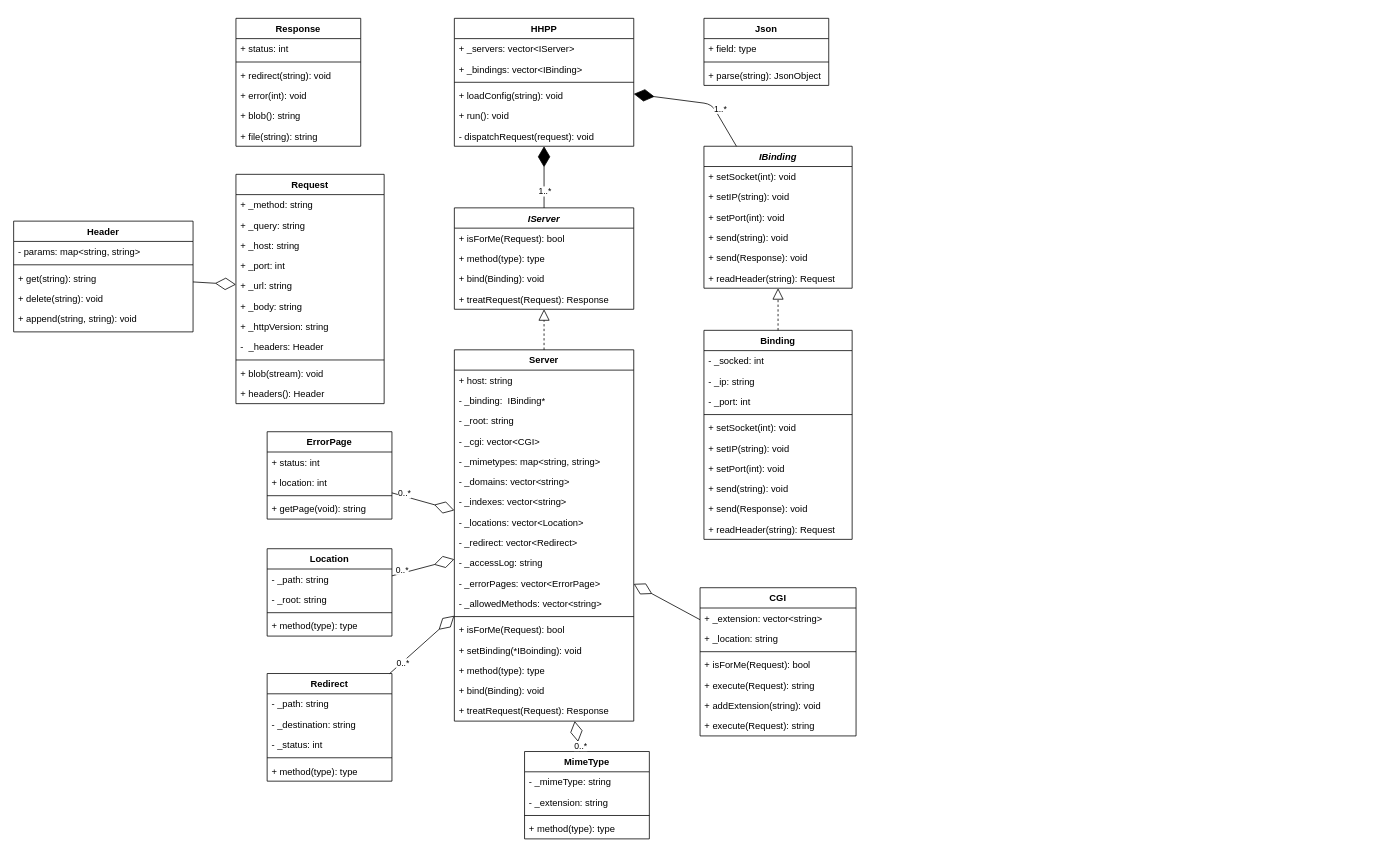
This is doc/architecture.drawio from danielthalmann/42hhpp, a draw.io file, before an edit. Source tidied: cells renumbered, new cells numbered last; positions are measured from the earlier drawing's top-left corner, leaving out a move shared by most shapes. Both pictures are drawn from the tidied source at 78%, with x=0, y=0 at pixel (13, 18).
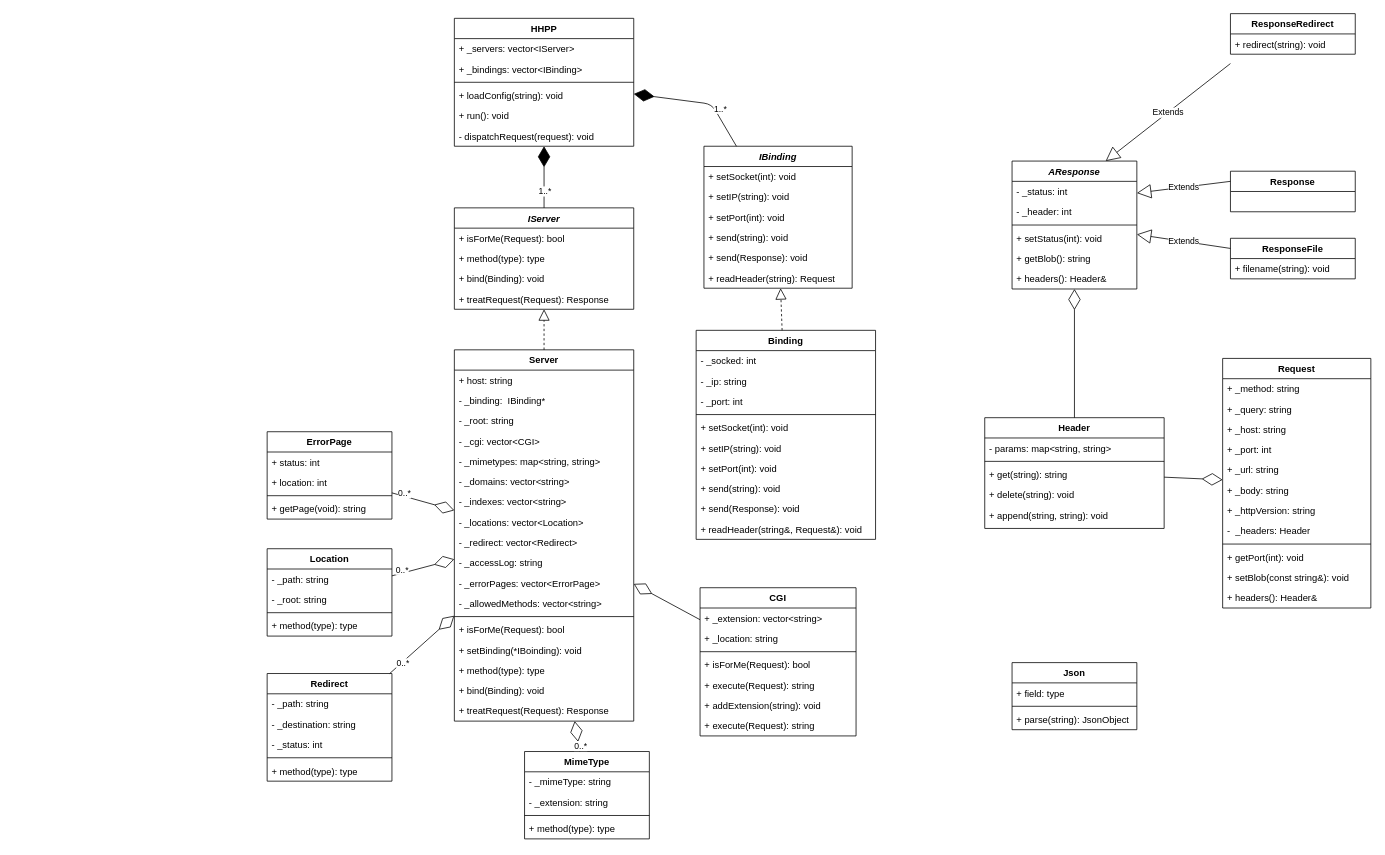
The same page after the edit.

Commit message:
update schema for response

The edit, as a diff of the source:
```diff
@@
     <mxCell id="2" value="Json" style="swimlane;fontStyle=1;align=center;verticalAlign=top;horizontal=1;startSize=26;" parent="1" vertex="1">
-      <mxGeometry x="885" width="160" height="86" as="geometry" />
+      <mxGeometry x="1280" y="826" width="160" height="86" as="geometry" />
     </mxCell>
@@
     <mxCell id="6" value="Request" style="swimlane;fontStyle=1;align=center;verticalAlign=top;horizontal=1;startSize=26;" parent="1" vertex="1">
-      <mxGeometry x="285" y="200" width="190" height="294" as="geometry" />
+      <mxGeometry x="1550" y="436" width="190" height="320" as="geometry" />
     </mxCell>
@@
+    <mxCell id="121" value="+ getPort(int): void" style="text;strokeColor=none;fillColor=none;align=left;verticalAlign=top;spacingLeft=4;spacingRight=4;overflow=hidden;" parent="6" vertex="1">
+      <mxGeometry y="242" width="190" height="26" as="geometry" />
+    </mxCell>
-    <mxCell id="16" value="+ blob(stream): void" style="text;strokeColor=none;fillColor=none;align=left;verticalAlign=top;spacingLeft=4;spacingRight=4;overflow=hidden;" parent="6" vertex="1">
-      <mxGeometry y="242" width="190" height="26" as="geometry" />
+    <mxCell id="16" value="+ setBlob(const string&amp;): void" style="text;strokeColor=none;fillColor=none;align=left;verticalAlign=top;spacingLeft=4;spacingRight=4;overflow=hidden;" parent="6" vertex="1">
+      <mxGeometry y="268" width="190" height="26" as="geometry" />
     </mxCell>
-    <mxCell id="17" value="+ headers(): Header" style="text;strokeColor=none;fillColor=none;align=left;verticalAlign=top;spacingLeft=4;spacingRight=4;overflow=hidden;" parent="6" vertex="1">
-      <mxGeometry y="268" width="190" height="26" as="geometry" />
+    <mxCell id="17" value="+ headers(): Header&amp;" style="text;strokeColor=none;fillColor=none;align=left;verticalAlign=top;spacingLeft=4;spacingRight=4;overflow=hidden;" parent="6" vertex="1">
+      <mxGeometry y="294" width="190" height="26" as="geometry" />
     </mxCell>
     <mxCell id="18" value="Header" style="swimlane;fontStyle=1;align=center;verticalAlign=top;horizontal=1;startSize=26;" parent="1" vertex="1">
-      <mxGeometry y="260" width="230" height="142" as="geometry" />
+      <mxGeometry x="1245" y="512" width="230" height="142" as="geometry" />
     </mxCell>
@@
-    <mxCell id="24" value="Response" style="swimlane;fontStyle=1;align=center;verticalAlign=top;horizontal=1;startSize=26;" parent="1" vertex="1">
-      <mxGeometry x="285" width="160" height="164" as="geometry" />
+    <mxCell id="24" value="AResponse" style="swimlane;fontStyle=3;align=center;verticalAlign=top;horizontal=1;startSize=26;" parent="1" vertex="1">
+      <mxGeometry x="1280" y="183" width="160" height="164" as="geometry" />
     </mxCell>
-    <mxCell id="25" value="+ status: int" style="text;strokeColor=none;fillColor=none;align=left;verticalAlign=top;spacingLeft=4;spacingRight=4;overflow=hidden;" parent="24" vertex="1">
+    <mxCell id="25" value="- _status: int" style="text;strokeColor=none;fillColor=none;align=left;verticalAlign=top;spacingLeft=4;spacingRight=4;overflow=hidden;" parent="24" vertex="1">
       <mxGeometry y="26" width="160" height="26" as="geometry" />
     </mxCell>
+    <mxCell id="122" value="- _header: int" style="text;strokeColor=none;fillColor=none;align=left;verticalAlign=top;spacingLeft=4;spacingRight=4;overflow=hidden;" parent="24" vertex="1">
+      <mxGeometry y="52" width="160" height="26" as="geometry" />
+    </mxCell>
     <mxCell id="26" style="line;strokeWidth=1;fillColor=none;align=left;verticalAlign=middle;spacingTop=-1;spacingLeft=3;spacingRight=3;labelPosition=right;" parent="24" vertex="1">
-      <mxGeometry y="52" width="160" height="8" as="geometry" />
+      <mxGeometry y="78" width="160" height="8" as="geometry" />
     </mxCell>
-    <mxCell id="27" value="+ redirect(string): void" style="text;strokeColor=none;fillColor=none;align=left;verticalAlign=top;spacingLeft=4;spacingRight=4;overflow=hidden;" parent="24" vertex="1">
-      <mxGeometry y="60" width="160" height="26" as="geometry" />
-    </mxCell>
-    <mxCell id="28" value="+ error(int): void" style="text;strokeColor=none;fillColor=none;align=left;verticalAlign=top;spacingLeft=4;spacingRight=4;overflow=hidden;" parent="24" vertex="1">
+    <mxCell id="28" value="+ setStatus(int): void" style="text;strokeColor=none;fillColor=none;align=left;verticalAlign=top;spacingLeft=4;spacingRight=4;overflow=hidden;" parent="24" vertex="1">
       <mxGeometry y="86" width="160" height="26" as="geometry" />
     </mxCell>
-    <mxCell id="29" value="+ blob(): string" style="text;strokeColor=none;fillColor=none;align=left;verticalAlign=top;spacingLeft=4;spacingRight=4;overflow=hidden;" parent="24" vertex="1">
+    <mxCell id="29" value="+ getBlob(): string" style="text;strokeColor=none;fillColor=none;align=left;verticalAlign=top;spacingLeft=4;spacingRight=4;overflow=hidden;" parent="24" vertex="1">
       <mxGeometry y="112" width="160" height="26" as="geometry" />
     </mxCell>
-    <mxCell id="30" value="+ file(string): string" style="text;strokeColor=none;fillColor=none;align=left;verticalAlign=top;spacingLeft=4;spacingRight=4;overflow=hidden;" parent="24" vertex="1">
+    <mxCell id="30" value="+ headers(): Header&amp;" style="text;strokeColor=none;fillColor=none;align=left;verticalAlign=top;spacingLeft=4;spacingRight=4;overflow=hidden;" parent="24" vertex="1">
       <mxGeometry y="138" width="160" height="26" as="geometry" />
     </mxCell>
@@
     <mxCell id="82" value="Binding" style="swimlane;fontStyle=1;align=center;verticalAlign=top;horizontal=1;startSize=26;" parent="1" vertex="1">
-      <mxGeometry x="885" y="400" width="190" height="268" as="geometry" />
+      <mxGeometry x="875" y="400" width="230" height="268" as="geometry" />
     </mxCell>
     <mxCell id="83" value="- _socked: int" style="text;strokeColor=none;fillColor=none;align=left;verticalAlign=top;spacingLeft=4;spacingRight=4;overflow=hidden;" parent="82" vertex="1">
-      <mxGeometry y="26" width="190" height="26" as="geometry" />
+      <mxGeometry y="26" width="230" height="26" as="geometry" />
     </mxCell>
     <mxCell id="84" value="- _ip: string" style="text;strokeColor=none;fillColor=none;align=left;verticalAlign=top;spacingLeft=4;spacingRight=4;overflow=hidden;" parent="82" vertex="1">
-      <mxGeometry y="52" width="190" height="26" as="geometry" />
+      <mxGeometry y="52" width="230" height="26" as="geometry" />
     </mxCell>
     <mxCell id="85" value="- _port: int" style="text;strokeColor=none;fillColor=none;align=left;verticalAlign=top;spacingLeft=4;spacingRight=4;overflow=hidden;" parent="82" vertex="1">
-      <mxGeometry y="78" width="190" height="26" as="geometry" />
+      <mxGeometry y="78" width="230" height="26" as="geometry" />
     </mxCell>
     <mxCell id="86" style="line;strokeWidth=1;fillColor=none;align=left;verticalAlign=middle;spacingTop=-1;spacingLeft=3;spacingRight=3;labelPosition=right;" parent="82" vertex="1">
-      <mxGeometry y="104" width="190" height="8" as="geometry" />
+      <mxGeometry y="104" width="230" height="8" as="geometry" />
     </mxCell>
     <mxCell id="87" value="+ setSocket(int): void" style="text;strokeColor=none;fillColor=none;align=left;verticalAlign=top;spacingLeft=4;spacingRight=4;overflow=hidden;" parent="82" vertex="1">
-      <mxGeometry y="112" width="190" height="26" as="geometry" />
+      <mxGeometry y="112" width="230" height="26" as="geometry" />
     </mxCell>
     <mxCell id="88" value="+ setIP(string): void" style="text;strokeColor=none;fillColor=none;align=left;verticalAlign=top;spacingLeft=4;spacingRight=4;overflow=hidden;" parent="82" vertex="1">
-      <mxGeometry y="138" width="190" height="26" as="geometry" />
+      <mxGeometry y="138" width="230" height="26" as="geometry" />
     </mxCell>
     <mxCell id="89" value="+ setPort(int): void" style="text;strokeColor=none;fillColor=none;align=left;verticalAlign=top;spacingLeft=4;spacingRight=4;overflow=hidden;" parent="82" vertex="1">
-      <mxGeometry y="164" width="190" height="26" as="geometry" />
+      <mxGeometry y="164" width="230" height="26" as="geometry" />
     </mxCell>
     <mxCell id="90" value="+ send(string): void" style="text;strokeColor=none;fillColor=none;align=left;verticalAlign=top;spacingLeft=4;spacingRight=4;overflow=hidden;" parent="82" vertex="1">
-      <mxGeometry y="190" width="190" height="26" as="geometry" />
+      <mxGeometry y="190" width="230" height="26" as="geometry" />
     </mxCell>
     <mxCell id="91" value="+ send(Response): void" style="text;strokeColor=none;fillColor=none;align=left;verticalAlign=top;spacingLeft=4;spacingRight=4;overflow=hidden;" parent="82" vertex="1">
-      <mxGeometry y="216" width="190" height="26" as="geometry" />
+      <mxGeometry y="216" width="230" height="26" as="geometry" />
     </mxCell>
-    <mxCell id="92" value="+ readHeader(string): Request" style="text;strokeColor=none;fillColor=none;align=left;verticalAlign=top;spacingLeft=4;spacingRight=4;overflow=hidden;" parent="82" vertex="1">
-      <mxGeometry y="242" width="190" height="26" as="geometry" />
+    <mxCell id="92" value="+ readHeader(string&amp;, Request&amp;): void" style="text;strokeColor=none;fillColor=none;align=left;verticalAlign=top;spacingLeft=4;spacingRight=4;overflow=hidden;" parent="82" vertex="1">
+      <mxGeometry y="242" width="230" height="26" as="geometry" />
     </mxCell>
@@
+    <mxCell id="123" style="endArrow=diamondThin;endFill=0;endSize=24;html=1;" parent="1" edge="1" source="18" target="24">
+      <mxGeometry relative="1" as="geometry" />
+    </mxCell>
+    <mxCell id="124" value="ResponseRedirect" style="swimlane;fontStyle=1;align=center;verticalAlign=top;horizontal=1;startSize=26;" parent="1" vertex="1">
+      <mxGeometry x="1560" y="-6" width="160" height="52" as="geometry" />
+    </mxCell>
+    <mxCell id="27" value="+ redirect(string): void" style="text;strokeColor=none;fillColor=none;align=left;verticalAlign=top;spacingLeft=4;spacingRight=4;overflow=hidden;" parent="124" vertex="1">
+      <mxGeometry y="26" width="160" height="26" as="geometry" />
+    </mxCell>
+    <mxCell id="125" value="Response" style="swimlane;fontStyle=1;align=center;verticalAlign=top;horizontal=1;startSize=26;" parent="1" vertex="1">
+      <mxGeometry x="1560" y="196" width="160" height="52" as="geometry" />
+    </mxCell>
+    <mxCell id="126" value="Extends" style="endArrow=block;endSize=16;endFill=0;html=1;exitX=0;exitY=0.5;exitDx=0;exitDy=0;entryX=0.75;entryY=0;entryDx=0;entryDy=0;" parent="1" edge="1" target="24">
+      <mxGeometry relative="1" as="geometry">
+        <mxPoint x="1560" y="58" as="sourcePoint" />
+      </mxGeometry>
+    </mxCell>
+    <mxCell id="127" value="Extends" style="endArrow=block;endSize=16;endFill=0;html=1;exitX=0;exitY=0.25;exitDx=0;exitDy=0;entryX=1;entryY=0.25;entryDx=0;entryDy=0;" parent="1" edge="1" source="125" target="24">
+      <mxGeometry relative="1" as="geometry" />
+    </mxCell>
+    <mxCell id="128" value="ResponseFile" style="swimlane;fontStyle=1;align=center;verticalAlign=top;horizontal=1;startSize=26;" parent="1" vertex="1">
+      <mxGeometry x="1560" y="282" width="160" height="52" as="geometry" />
+    </mxCell>
+    <mxCell id="129" value="+ filename(string): void" style="text;strokeColor=none;fillColor=none;align=left;verticalAlign=top;spacingLeft=4;spacingRight=4;overflow=hidden;" parent="128" vertex="1">
+      <mxGeometry y="26" width="160" height="26" as="geometry" />
+    </mxCell>
+    <mxCell id="130" value="Extends" style="endArrow=block;endSize=16;endFill=0;html=1;exitX=0;exitY=0.25;exitDx=0;exitDy=0;" parent="1" edge="1" source="128" target="24">
+      <mxGeometry relative="1" as="geometry" />
+    </mxCell>
```
